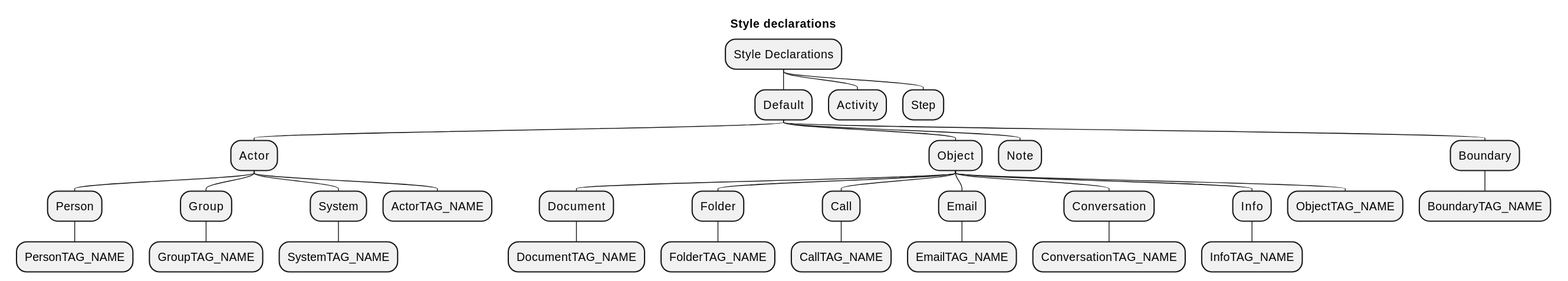
Above: docs/assets/stylePropertyHierarchy.svg in johthor/DomainStory-PlantUML (PlantUML), before the change.
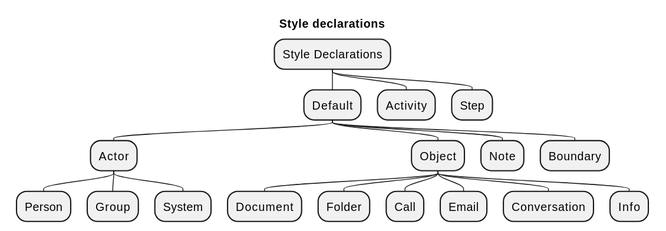
The same file after the commit.

What changed in the source:
```diff
@@ -7,29 +7,17 @@
 ** Default
 *** Actor
 **** Person
-***** PersonTAG_NAME
 **** Group
-***** GroupTAG_NAME
 **** System
-***** SystemTAG_NAME
-**** ActorTAG_NAME
 *** Object
 **** Document
-***** DocumentTAG_NAME
 **** Folder
-***** FolderTAG_NAME
 **** Call
-***** CallTAG_NAME
 **** Email
-***** EmailTAG_NAME
 **** Conversation
-***** ConversationTAG_NAME
 **** Info
-***** InfoTAG_NAME
-**** ObjectTAG_NAME
 *** Note
 *** Boundary
-**** BoundaryTAG_NAME
 ** Activity
 ** Step
 @endmindmap
```
